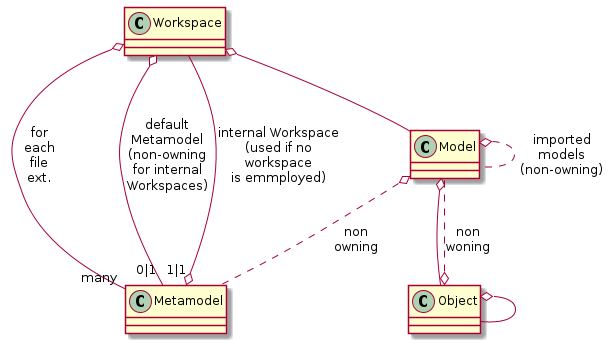
Above: doc/images/ownership.png in goto40/textx-cpp (PlantUML), before the change.
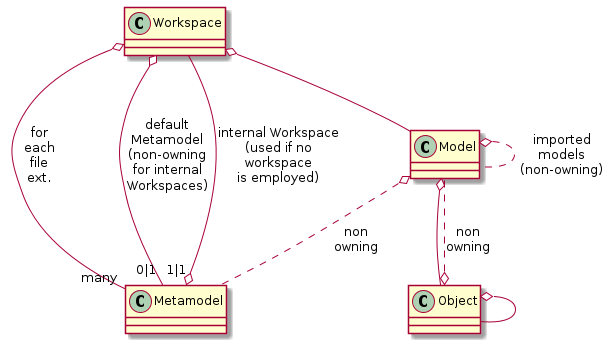
After the commit.

The edit, as a diff of the source:
```diff
@@ -1,11 +1,11 @@
 @startuml
 Workspace o-- "many" Metamodel : "for\neach\nfile\next."
 Workspace o-- "0|1" Metamodel : "default\nMetamodel\n(non-owning\nfor internal\nWorkspaces)"
-Workspace --o "1|1" Metamodel : "internal Workspace\n(used if no\nworkspace\nis emmployed)"
+Workspace --o "1|1" Metamodel : "internal Workspace\n(used if no\nworkspace\nis employed)"
 Workspace o-- Model
 Model o.. Model : "imported\nmodels\n(non-owning)"
 Model o-- Object
 Model o.. Metamodel : "non\nowning"
-Object o.. Model : "non\nwoning"
+Object o.. Model : "non\nowning"
 Object o-- Object
 @enduml
```
